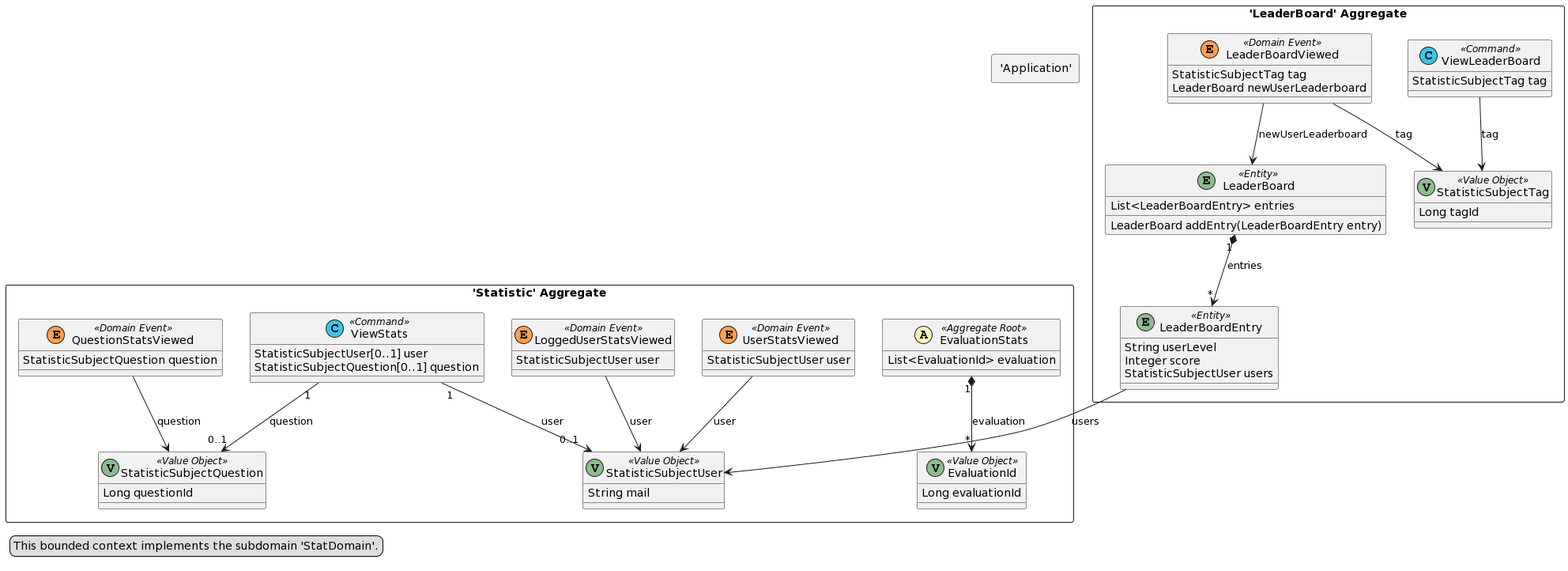
Earlier version of the PlantUML export doc/dist/src-gen/gamedev_BC_StatContext.png (esgi-lyon/question-ddd).
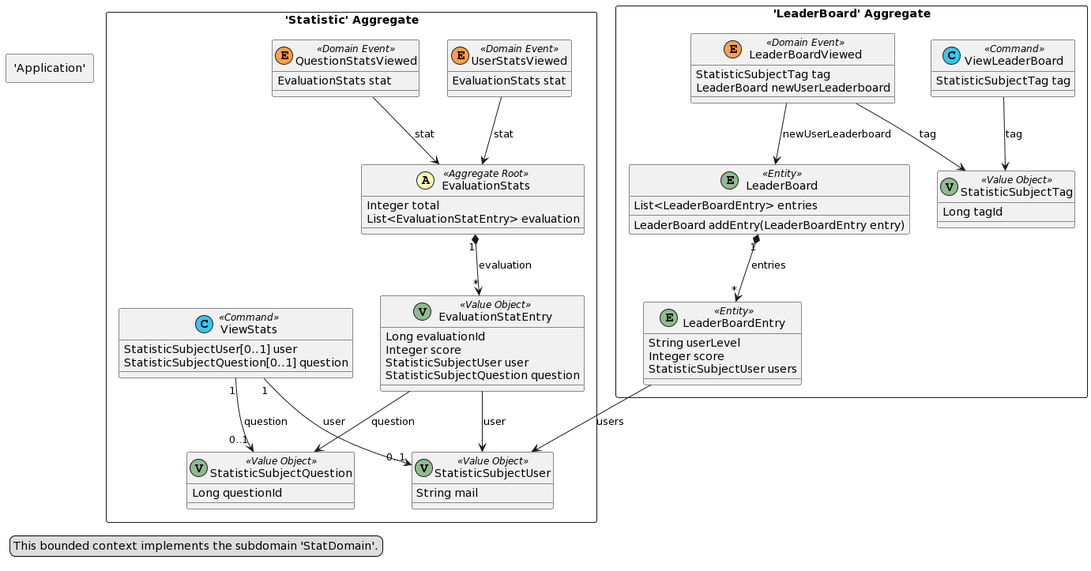
The same diagram one commit later.

What changed in the source:
```diff
@@ -24,10 +24,14 @@
 }
 package "'Statistic' Aggregate" <<Rectangle>> {
 	class EvaluationStats <<(A,#fffab8) Aggregate Root>> {
-		List<EvaluationId> evaluation
+		Integer total
+		List<EvaluationStatEntry> evaluation
 	}
-	class EvaluationId <<(V,DarkSeaGreen) Value Object>> {
+	class EvaluationStatEntry <<(V,DarkSeaGreen) Value Object>> {
 		Long evaluationId
+		Integer score
+		StatisticSubjectUser user
+		StatisticSubjectQuestion question
 	}
 	class StatisticSubjectUser <<(V,DarkSeaGreen) Value Object>> {
 		String mail
@@ -36,13 +40,10 @@
 		Long questionId
 	}
 	class UserStatsViewed <<(E,#ff9f4b) Domain Event>> {
-		StatisticSubjectUser user
-	}
-	class LoggedUserStatsViewed <<(E,#ff9f4b) Domain Event>> {
-		StatisticSubjectUser user
+		EvaluationStats stat
 	}
 	class QuestionStatsViewed <<(E,#ff9f4b) Domain Event>> {
-		StatisticSubjectQuestion question
+		EvaluationStats stat
 	}
 	class ViewStats <<(C,#3bc5e9) Command>> {
 		StatisticSubjectUser[0..1] user
@@ -54,16 +55,17 @@
 		This application layer contains flow definitions (visualization available via BPMN Sketch Miner).
 	end legend
 }
-LoggedUserStatsViewed --> StatisticSubjectUser : user
+UserStatsViewed --> EvaluationStats : stat
 LeaderBoard "1" *--> "*" LeaderBoardEntry : entries
 LeaderBoardViewed --> LeaderBoard : newUserLeaderboard
-QuestionStatsViewed --> StatisticSubjectQuestion : question
 ViewStats "1" --> "0..1" StatisticSubjectUser : user
 ViewStats "1" --> "0..1" StatisticSubjectQuestion : question
+EvaluationStats "1" *--> "*" EvaluationStatEntry : evaluation
+EvaluationStatEntry --> StatisticSubjectUser : user
+EvaluationStatEntry --> StatisticSubjectQuestion : question
 ViewLeaderBoard --> StatisticSubjectTag : tag
-EvaluationStats "1" *--> "*" EvaluationId : evaluation
+QuestionStatsViewed --> EvaluationStats : stat
 LeaderBoardEntry --> StatisticSubjectUser : users
-UserStatsViewed --> StatisticSubjectUser : user
 LeaderBoardViewed --> StatisticSubjectTag : tag
 legend left
   This bounded context implements the subdomain 'StatDomain'.
```
